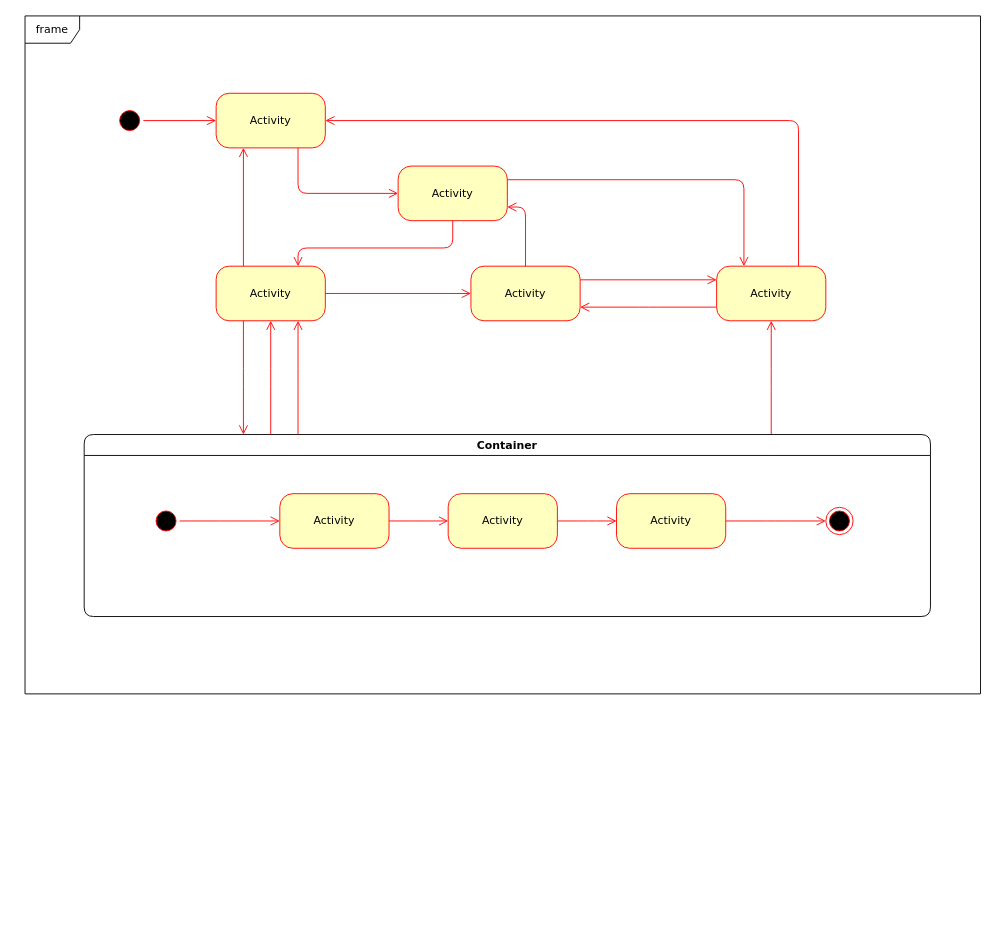
Above: gerenciamentoOrdemG53.drawio in JonanMuller/WEGDiagrams (draw.io), before the change. Source tidied: cells renumbered, new cells numbered last; positions are measured from the earlier drawing's top-left corner, leaving out a move shared by most shapes. Both pictures are drawn from the tidied source at 91%, with x=0, y=0 at pixel (25, 15).
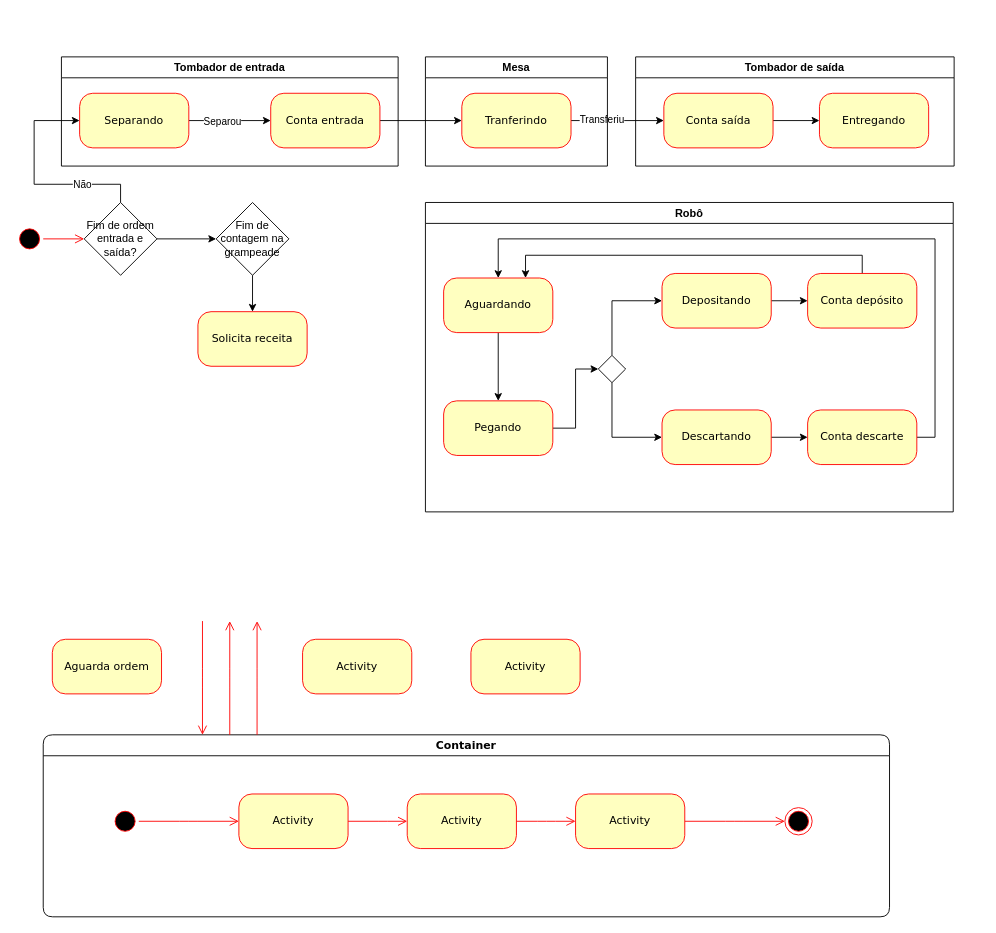
The same diagram, later.

Change to the diagram source:
```diff
@@
     <mxCell id="2" style="ellipse;html=1;shape=startState;fillColor=#000000;strokeColor=#ff0000;rounded=1;shadow=0;comic=0;labelBackgroundColor=none;fontFamily=Verdana;fontSize=12;fontColor=#000000;align=center;direction=south;" parent="1" vertex="1">
-      <mxGeometry x="100" y="100" width="30" height="30" as="geometry" />
+      <mxGeometry x="-10" y="230" width="30" height="30" as="geometry" />
     </mxCell>
     <mxCell id="3" value="Activity" style="rounded=1;whiteSpace=wrap;html=1;arcSize=24;fillColor=#ffffc0;strokeColor=#ff0000;shadow=0;comic=0;labelBackgroundColor=none;fontFamily=Verdana;fontSize=12;fontColor=#000000;align=center;" parent="1" vertex="1">
-      <mxGeometry x="210" y="275" width="120" height="60" as="geometry" />
+      <mxGeometry x="305" y="685" width="120" height="60" as="geometry" />
     </mxCell>
+    <mxCell id="24" style="edgeStyle=orthogonalEdgeStyle;rounded=0;jettySize=auto;html=1;" parent="1" edge="1" source="4" target="6">
+      <mxGeometry relative="1" as="geometry" />
+    </mxCell>
+    <mxCell id="33" value="Separou" style="edgeLabel;html=1;align=center;verticalAlign=middle;" parent="24" vertex="1">
+      <mxGeometry x="-0.23" relative="1" as="geometry">
+        <mxPoint x="1" as="offset" />
+      </mxGeometry>
+    </mxCell>
-    <mxCell id="4" value="Activity" style="rounded=1;whiteSpace=wrap;html=1;arcSize=24;fillColor=#ffffc0;strokeColor=#ff0000;shadow=0;comic=0;labelBackgroundColor=none;fontFamily=Verdana;fontSize=12;fontColor=#000000;align=center;" parent="1" vertex="1">
-      <mxGeometry x="210" y="85" width="120" height="60" as="geometry" />
+    <mxCell id="4" value="Separando" style="rounded=1;whiteSpace=wrap;html=1;arcSize=24;fillColor=#ffffc0;strokeColor=#ff0000;shadow=0;comic=0;labelBackgroundColor=none;fontFamily=Verdana;fontSize=12;fontColor=#000000;align=center;" parent="1" vertex="1">
+      <mxGeometry x="60" y="85" width="120" height="60" as="geometry" />
     </mxCell>
-    <mxCell id="5" style="edgeStyle=orthogonalEdgeStyle;html=1;exitX=1;exitY=0.25;entryX=0.25;entryY=0;labelBackgroundColor=none;endArrow=open;endSize=8;strokeColor=#ff0000;fontFamily=Verdana;fontSize=12;align=left;" parent="1" edge="1" source="6" target="9">
+    <mxCell id="5" style="edgeStyle=orthogonalEdgeStyle;rounded=0;jettySize=auto;html=1;" parent="1" edge="1" source="6" target="9">
       <mxGeometry relative="1" as="geometry" />
     </mxCell>
-    <mxCell id="6" value="Activity" style="rounded=1;whiteSpace=wrap;html=1;arcSize=24;fillColor=#ffffc0;strokeColor=#ff0000;shadow=0;comic=0;labelBackgroundColor=none;fontFamily=Verdana;fontSize=12;fontColor=#000000;align=center;" parent="1" vertex="1">
-      <mxGeometry x="410" y="165" width="120" height="60" as="geometry" />
+    <mxCell id="6" value="Conta entrada" style="rounded=1;whiteSpace=wrap;html=1;arcSize=24;fillColor=#ffffc0;strokeColor=#ff0000;shadow=0;comic=0;labelBackgroundColor=none;fontFamily=Verdana;fontSize=12;fontColor=#000000;align=center;" parent="1" vertex="1">
+      <mxGeometry x="270" y="85" width="120" height="60" as="geometry" />
     </mxCell>
-    <mxCell id="7" style="edgeStyle=orthogonalEdgeStyle;html=1;exitX=0.75;exitY=0;entryX=1;entryY=0.5;labelBackgroundColor=none;endArrow=open;endSize=8;strokeColor=#ff0000;fontFamily=Verdana;fontSize=12;align=left;" parent="1" edge="1" source="9" target="4">
-      <mxGeometry relative="1" as="geometry">
-        <Array as="points">
-          <mxPoint x="850" y="115" />
-        </Array>
-      </mxGeometry>
-    </mxCell>
-    <mxCell id="8" style="edgeStyle=elbowEdgeStyle;html=1;exitX=0;exitY=0.75;entryX=1;entryY=0.75;labelBackgroundColor=none;endArrow=open;endSize=8;strokeColor=#ff0000;fontFamily=Verdana;fontSize=12;align=left;" parent="1" edge="1" source="9" target="10">
-      <mxGeometry relative="1" as="geometry" />
-    </mxCell>
+    <mxCell id="34" style="edgeStyle=orthogonalEdgeStyle;rounded=0;jettySize=auto;html=1;" parent="1" edge="1" source="9" target="37">
+      <mxGeometry relative="1" as="geometry" />
+    </mxCell>
+    <mxCell id="35" value="Transferiu" style="edgeLabel;html=1;align=center;verticalAlign=middle;" parent="34" vertex="1">
+      <mxGeometry x="-0.33" y="2" relative="1" as="geometry">
+        <mxPoint x="-1" as="offset" />
+      </mxGeometry>
+    </mxCell>
-    <mxCell id="9" value="Activity" style="rounded=1;whiteSpace=wrap;html=1;arcSize=24;fillColor=#ffffc0;strokeColor=#ff0000;shadow=0;comic=0;labelBackgroundColor=none;fontFamily=Verdana;fontSize=12;fontColor=#000000;align=center;" parent="1" vertex="1">
-      <mxGeometry x="760" y="275" width="120" height="60" as="geometry" />
+    <mxCell id="9" value="Tranferindo" style="rounded=1;whiteSpace=wrap;html=1;arcSize=24;fillColor=#ffffc0;strokeColor=#ff0000;shadow=0;comic=0;labelBackgroundColor=none;fontFamily=Verdana;fontSize=12;fontColor=#000000;align=center;" parent="1" vertex="1">
+      <mxGeometry x="480" y="85" width="120" height="60" as="geometry" />
     </mxCell>
     <mxCell id="10" value="Activity" style="rounded=1;whiteSpace=wrap;html=1;arcSize=24;fillColor=#ffffc0;strokeColor=#ff0000;shadow=0;comic=0;labelBackgroundColor=none;fontFamily=Verdana;fontSize=12;fontColor=#000000;align=center;" parent="1" vertex="1">
-      <mxGeometry x="490" y="275" width="120" height="60" as="geometry" />
+      <mxGeometry x="490" y="685" width="120" height="60" as="geometry" />
     </mxCell>
-    <mxCell id="11" style="edgeStyle=elbowEdgeStyle;html=1;labelBackgroundColor=none;endArrow=open;endSize=8;strokeColor=#ff0000;fontFamily=Verdana;fontSize=12;align=left;" parent="1" edge="1" source="12" target="9">
-      <mxGeometry relative="1" as="geometry" />
-    </mxCell>
     <mxCell id="12" value="Container" style="swimlane;whiteSpace=wrap;html=1;rounded=1;shadow=0;comic=0;labelBackgroundColor=none;strokeWidth=1;fontFamily=Verdana;fontSize=12;align=center;" parent="1" vertex="1">
-      <mxGeometry x="65" y="460" width="930" height="200" as="geometry" />
+      <mxGeometry x="20" y="790" width="930" height="200" as="geometry" />
     </mxCell>
@@
-    <mxCell id="22" value="frame" style="shape=umlFrame;whiteSpace=wrap;html=1;rounded=1;shadow=0;comic=0;labelBackgroundColor=none;strokeWidth=1;fontFamily=Verdana;fontSize=12;align=center;" parent="1" vertex="1">
-      <mxGeometry width="1050" height="745" as="geometry" />
-    </mxCell>
-    <mxCell id="23" style="edgeStyle=orthogonalEdgeStyle;html=1;labelBackgroundColor=none;endArrow=open;endSize=8;strokeColor=#ff0000;fontFamily=Verdana;fontSize=12;align=left;" parent="1" edge="1" source="2" target="4">
+    <mxCell id="23" style="edgeStyle=orthogonalEdgeStyle;html=1;labelBackgroundColor=none;endArrow=open;endSize=8;strokeColor=#ff0000;fontFamily=Verdana;fontSize=12;align=left;entryX=0;entryY=0.5;entryDx=0;entryDy=0;" parent="1" edge="1" source="2" target="45">
       <mxGeometry relative="1" as="geometry" />
     </mxCell>
-    <mxCell id="24" style="edgeStyle=orthogonalEdgeStyle;html=1;labelBackgroundColor=none;endArrow=open;endSize=8;strokeColor=#ff0000;fontFamily=Verdana;fontSize=12;align=left;entryX=0;entryY=0.5;" parent="1" edge="1" source="4" target="6">
-      <mxGeometry relative="1" as="geometry">
-        <Array as="points">
-          <mxPoint x="300" y="195" />
-        </Array>
-      </mxGeometry>
-    </mxCell>
-    <mxCell id="25" style="edgeStyle=orthogonalEdgeStyle;html=1;entryX=0.75;entryY=0;labelBackgroundColor=none;endArrow=open;endSize=8;strokeColor=#ff0000;fontFamily=Verdana;fontSize=12;align=left;exitX=0.5;exitY=1;" parent="1" edge="1" source="6" target="3">
-      <mxGeometry relative="1" as="geometry">
-        <Array as="points">
-          <mxPoint x="470" y="255" />
-          <mxPoint x="300" y="255" />
-        </Array>
-      </mxGeometry>
-    </mxCell>
-    <mxCell id="26" style="edgeStyle=orthogonalEdgeStyle;html=1;exitX=0.25;exitY=0;entryX=0.25;entryY=1;labelBackgroundColor=none;endArrow=open;endSize=8;strokeColor=#ff0000;fontFamily=Verdana;fontSize=12;align=left;" parent="1" edge="1" source="3" target="4">
-      <mxGeometry relative="1" as="geometry" />
-    </mxCell>
-    <mxCell id="27" style="edgeStyle=orthogonalEdgeStyle;html=1;exitX=1;exitY=0.5;entryX=0;entryY=0.5;labelBackgroundColor=none;endArrow=open;endSize=8;strokeColor=#ff0000;fontFamily=Verdana;fontSize=12;align=left;" parent="1" edge="1" source="3" target="10">
-      <mxGeometry relative="1" as="geometry" />
-    </mxCell>
-    <mxCell id="28" style="edgeStyle=orthogonalEdgeStyle;html=1;exitX=0.5;exitY=0;entryX=1;entryY=0.75;labelBackgroundColor=none;endArrow=open;endSize=8;strokeColor=#ff0000;fontFamily=Verdana;fontSize=12;align=left;" parent="1" edge="1" source="10" target="6">
-      <mxGeometry relative="1" as="geometry" />
-    </mxCell>
-    <mxCell id="29" style="edgeStyle=orthogonalEdgeStyle;html=1;exitX=1;exitY=0.25;entryX=0;entryY=0.25;labelBackgroundColor=none;endArrow=open;endSize=8;strokeColor=#ff0000;fontFamily=Verdana;fontSize=12;align=left;" parent="1" edge="1" source="10" target="9">
-      <mxGeometry relative="1" as="geometry" />
-    </mxCell>
-    <mxCell id="30" style="edgeStyle=elbowEdgeStyle;html=1;labelBackgroundColor=none;endArrow=open;endSize=8;strokeColor=#ff0000;fontFamily=Verdana;fontSize=12;align=left;entryX=0.75;entryY=1;" parent="1" edge="1" source="12" target="3">
-      <mxGeometry relative="1" as="geometry" />
+    <mxCell id="30" style="edgeStyle=elbowEdgeStyle;html=1;labelBackgroundColor=none;endArrow=open;endSize=8;strokeColor=#ff0000;fontFamily=Verdana;fontSize=12;align=left;entryX=0.75;entryY=1;" parent="1" edge="1" source="12">
+      <mxGeometry relative="1" as="geometry">
+        <mxPoint x="255" y="665" as="targetPoint" />
+      </mxGeometry>
     </mxCell>
-    <mxCell id="31" style="edgeStyle=elbowEdgeStyle;html=1;labelBackgroundColor=none;endArrow=open;endSize=8;strokeColor=#ff0000;fontFamily=Verdana;fontSize=12;align=left;entryX=0.5;entryY=1;" parent="1" edge="1" source="12" target="3">
-      <mxGeometry relative="1" as="geometry" />
+    <mxCell id="31" style="edgeStyle=elbowEdgeStyle;html=1;labelBackgroundColor=none;endArrow=open;endSize=8;strokeColor=#ff0000;fontFamily=Verdana;fontSize=12;align=left;entryX=0.5;entryY=1;" parent="1" edge="1" source="12">
+      <mxGeometry relative="1" as="geometry">
+        <mxPoint x="225" y="665" as="targetPoint" />
+      </mxGeometry>
     </mxCell>
-    <mxCell id="32" style="edgeStyle=elbowEdgeStyle;html=1;labelBackgroundColor=none;endArrow=open;endSize=8;strokeColor=#ff0000;fontFamily=Verdana;fontSize=12;align=left;exitX=0.25;exitY=1;" parent="1" edge="1" source="3" target="12">
-      <mxGeometry relative="1" as="geometry" />
+    <mxCell id="32" style="edgeStyle=elbowEdgeStyle;html=1;labelBackgroundColor=none;endArrow=open;endSize=8;strokeColor=#ff0000;fontFamily=Verdana;fontSize=12;align=left;exitX=0.25;exitY=1;" parent="1" edge="1" target="12">
+      <mxGeometry relative="1" as="geometry">
+        <mxPoint x="195" y="665" as="sourcePoint" />
+      </mxGeometry>
     </mxCell>
+    <mxCell id="36" style="edgeStyle=orthogonalEdgeStyle;rounded=0;jettySize=auto;html=1;" parent="1" edge="1" source="37" target="41">
+      <mxGeometry relative="1" as="geometry" />
+    </mxCell>
+    <mxCell id="37" value="Conta saída" style="rounded=1;whiteSpace=wrap;html=1;arcSize=24;fillColor=#ffffc0;strokeColor=#ff0000;shadow=0;comic=0;labelBackgroundColor=none;fontFamily=Verdana;fontSize=12;fontColor=#000000;align=center;" parent="1" vertex="1">
+      <mxGeometry x="702" y="85" width="120" height="60" as="geometry" />
+    </mxCell>
+    <mxCell id="38" value="Tombador de entrada" style="swimlane;whiteSpace=wrap;html=1;" parent="1" vertex="1">
+      <mxGeometry x="40" y="45" width="370" height="120" as="geometry" />
+    </mxCell>
+    <mxCell id="39" value="Mesa" style="swimlane;whiteSpace=wrap;html=1;" parent="1" vertex="1">
+      <mxGeometry x="440" y="45" width="200" height="120" as="geometry" />
+    </mxCell>
+    <mxCell id="40" value="Tombador de saída" style="swimlane;whiteSpace=wrap;html=1;" parent="1" vertex="1">
+      <mxGeometry x="671" y="45" width="350" height="120" as="geometry" />
+    </mxCell>
+    <mxCell id="41" value="Entregando" style="rounded=1;whiteSpace=wrap;html=1;arcSize=24;fillColor=#ffffc0;strokeColor=#ff0000;shadow=0;comic=0;labelBackgroundColor=none;fontFamily=Verdana;fontSize=12;fontColor=#000000;align=center;" parent="40" vertex="1">
+      <mxGeometry x="202" y="40" width="120" height="60" as="geometry" />
+    </mxCell>
+    <mxCell id="42" style="edgeStyle=orthogonalEdgeStyle;rounded=0;jettySize=auto;html=1;exitX=0.5;exitY=0;exitDx=0;exitDy=0;entryX=0;entryY=0.5;entryDx=0;entryDy=0;" parent="1" edge="1" source="45" target="4">
+      <mxGeometry relative="1" as="geometry">
+        <Array as="points">
+          <mxPoint x="105" y="185" />
+          <mxPoint x="10" y="185" />
+          <mxPoint x="10" y="115" />
+        </Array>
+      </mxGeometry>
+    </mxCell>
+    <mxCell id="43" value="Não" style="edgeLabel;html=1;align=center;verticalAlign=middle;" parent="42" vertex="1">
+      <mxGeometry x="-0.46" relative="1" as="geometry" />
+    </mxCell>
+    <mxCell id="44" style="edgeStyle=orthogonalEdgeStyle;rounded=0;jettySize=auto;html=1;" parent="1" edge="1" source="45" target="48">
+      <mxGeometry relative="1" as="geometry" />
+    </mxCell>
+    <mxCell id="45" value="Fim de ordem entrada e saída?" style="rhombus;whiteSpace=wrap;html=1;" parent="1" vertex="1">
+      <mxGeometry x="65" y="205" width="80" height="80" as="geometry" />
+    </mxCell>
+    <mxCell id="46" value="Aguarda ordem" style="rounded=1;whiteSpace=wrap;html=1;arcSize=24;fillColor=#ffffc0;strokeColor=#ff0000;shadow=0;comic=0;labelBackgroundColor=none;fontFamily=Verdana;fontSize=12;fontColor=#000000;align=center;" parent="1" vertex="1">
+      <mxGeometry x="30" y="685" width="120" height="60" as="geometry" />
+    </mxCell>
+    <mxCell id="47" style="edgeStyle=orthogonalEdgeStyle;rounded=0;jettySize=auto;html=1;" parent="1" edge="1" source="48" target="65">
+      <mxGeometry relative="1" as="geometry" />
+    </mxCell>
+    <mxCell id="48" value="Fim de contagem na grampeade" style="rhombus;whiteSpace=wrap;html=1;" parent="1" vertex="1">
+      <mxGeometry x="210" y="205" width="80" height="80" as="geometry" />
+    </mxCell>
+    <mxCell id="49" value="Robô" style="swimlane;whiteSpace=wrap;html=1;" parent="1" vertex="1">
+      <mxGeometry x="440" y="205" width="580" height="340" as="geometry" />
+    </mxCell>
+    <mxCell id="50" style="edgeStyle=orthogonalEdgeStyle;rounded=0;jettySize=auto;html=1;exitX=1;exitY=0.5;exitDx=0;exitDy=0;entryX=0;entryY=0.5;entryDx=0;entryDy=0;" parent="49" edge="1" source="51" target="64">
+      <mxGeometry relative="1" as="geometry" />
+    </mxCell>
+    <mxCell id="51" value="Pegando" style="rounded=1;whiteSpace=wrap;html=1;arcSize=24;fillColor=#ffffc0;strokeColor=#ff0000;shadow=0;comic=0;labelBackgroundColor=none;fontFamily=Verdana;fontSize=12;fontColor=#000000;align=center;" parent="49" vertex="1">
+      <mxGeometry x="20" y="218" width="120" height="60" as="geometry" />
+    </mxCell>
+    <mxCell id="52" style="edgeStyle=orthogonalEdgeStyle;rounded=0;jettySize=auto;html=1;" parent="49" edge="1" source="53" target="61">
+      <mxGeometry relative="1" as="geometry" />
+    </mxCell>
+    <mxCell id="53" value="Depositando" style="rounded=1;whiteSpace=wrap;html=1;arcSize=24;fillColor=#ffffc0;strokeColor=#ff0000;shadow=0;comic=0;labelBackgroundColor=none;fontFamily=Verdana;fontSize=12;fontColor=#000000;align=center;" parent="49" vertex="1">
+      <mxGeometry x="260" y="78" width="120" height="60" as="geometry" />
+    </mxCell>
+    <mxCell id="54" style="edgeStyle=orthogonalEdgeStyle;rounded=0;jettySize=auto;html=1;" parent="49" edge="1" source="55" target="59">
+      <mxGeometry relative="1" as="geometry" />
+    </mxCell>
+    <mxCell id="55" value="Descartando" style="rounded=1;whiteSpace=wrap;html=1;arcSize=24;fillColor=#ffffc0;strokeColor=#ff0000;shadow=0;comic=0;labelBackgroundColor=none;fontFamily=Verdana;fontSize=12;fontColor=#000000;align=center;" parent="49" vertex="1">
+      <mxGeometry x="260" y="228" width="120" height="60" as="geometry" />
+    </mxCell>
+    <mxCell id="56" style="edgeStyle=orthogonalEdgeStyle;rounded=0;jettySize=auto;html=1;" parent="49" edge="1" source="57" target="51">
+      <mxGeometry relative="1" as="geometry" />
+    </mxCell>
+    <mxCell id="57" value="Aguardando" style="rounded=1;whiteSpace=wrap;html=1;arcSize=24;fillColor=#ffffc0;strokeColor=#ff0000;shadow=0;comic=0;labelBackgroundColor=none;fontFamily=Verdana;fontSize=12;fontColor=#000000;align=center;" parent="49" vertex="1">
+      <mxGeometry x="20" y="83" width="120" height="60" as="geometry" />
+    </mxCell>
+    <mxCell id="58" style="edgeStyle=orthogonalEdgeStyle;rounded=0;jettySize=auto;html=1;exitX=1;exitY=0.5;exitDx=0;exitDy=0;entryX=0.5;entryY=0;entryDx=0;entryDy=0;" parent="49" edge="1" source="59" target="57">
+      <mxGeometry relative="1" as="geometry">
+        <Array as="points">
+          <mxPoint x="560" y="258" />
+          <mxPoint x="560" y="40" />
+          <mxPoint x="80" y="40" />
+        </Array>
+      </mxGeometry>
+    </mxCell>
+    <mxCell id="59" value="Conta descarte" style="rounded=1;whiteSpace=wrap;html=1;arcSize=24;fillColor=#ffffc0;strokeColor=#ff0000;shadow=0;comic=0;labelBackgroundColor=none;fontFamily=Verdana;fontSize=12;fontColor=#000000;align=center;" parent="49" vertex="1">
+      <mxGeometry x="420" y="228" width="120" height="60" as="geometry" />
+    </mxCell>
+    <mxCell id="60" style="edgeStyle=orthogonalEdgeStyle;rounded=0;jettySize=auto;html=1;exitX=0.5;exitY=0;exitDx=0;exitDy=0;entryX=0.75;entryY=0;entryDx=0;entryDy=0;" parent="49" edge="1" source="61" target="57">
+      <mxGeometry relative="1" as="geometry" />
+    </mxCell>
+    <mxCell id="61" value="Conta depósito" style="rounded=1;whiteSpace=wrap;html=1;arcSize=24;fillColor=#ffffc0;strokeColor=#ff0000;shadow=0;comic=0;labelBackgroundColor=none;fontFamily=Verdana;fontSize=12;fontColor=#000000;align=center;" parent="49" vertex="1">
+      <mxGeometry x="420" y="78" width="120" height="60" as="geometry" />
+    </mxCell>
+    <mxCell id="62" style="edgeStyle=orthogonalEdgeStyle;rounded=0;jettySize=auto;html=1;exitX=0.5;exitY=0;exitDx=0;exitDy=0;entryX=0;entryY=0.5;entryDx=0;entryDy=0;" parent="49" edge="1" source="64" target="53">
+      <mxGeometry relative="1" as="geometry" />
+    </mxCell>
+    <mxCell id="63" style="edgeStyle=orthogonalEdgeStyle;rounded=0;jettySize=auto;html=1;exitX=0.5;exitY=1;exitDx=0;exitDy=0;entryX=0;entryY=0.5;entryDx=0;entryDy=0;" parent="49" edge="1" source="64" target="55">
+      <mxGeometry relative="1" as="geometry" />
+    </mxCell>
+    <mxCell id="64" style="rhombus;whiteSpace=wrap;html=1;" parent="49" vertex="1">
+      <mxGeometry x="190" y="168" width="30" height="30" as="geometry" />
+    </mxCell>
+    <mxCell id="65" value="Solicita receita" style="rounded=1;whiteSpace=wrap;html=1;arcSize=24;fillColor=#ffffc0;strokeColor=#ff0000;shadow=0;comic=0;labelBackgroundColor=none;fontFamily=Verdana;fontSize=12;fontColor=#000000;align=center;" parent="1" vertex="1">
+      <mxGeometry x="190" y="325" width="120" height="60" as="geometry" />
+    </mxCell>
```
